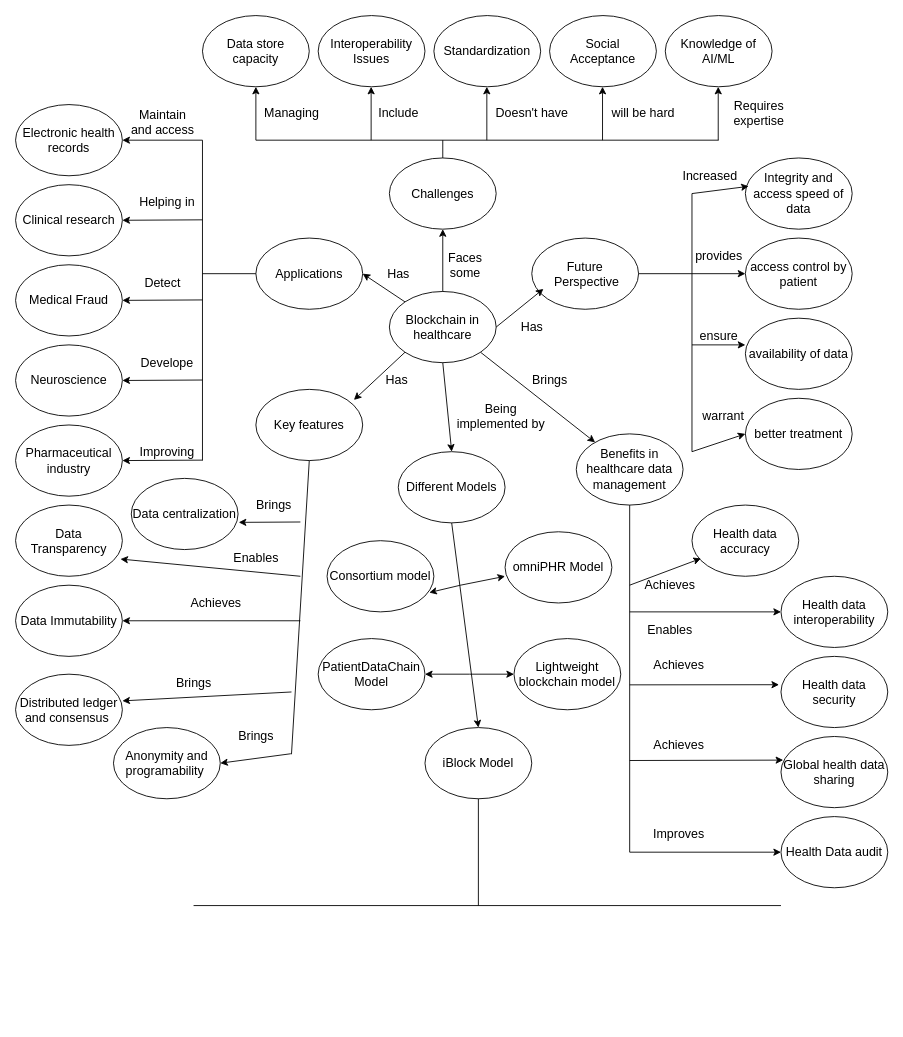
Above: concept map.drawio in AmanAgrawal21900/Colab-Notebooks (draw.io), before the change. Source tidied: cells renumbered, new cells numbered last; positions are measured from the earlier drawing's top-left corner, leaving out a move shared by most shapes. Both pictures are drawn from the tidied source at 89%, with x=0, y=0 at pixel (15, 15).
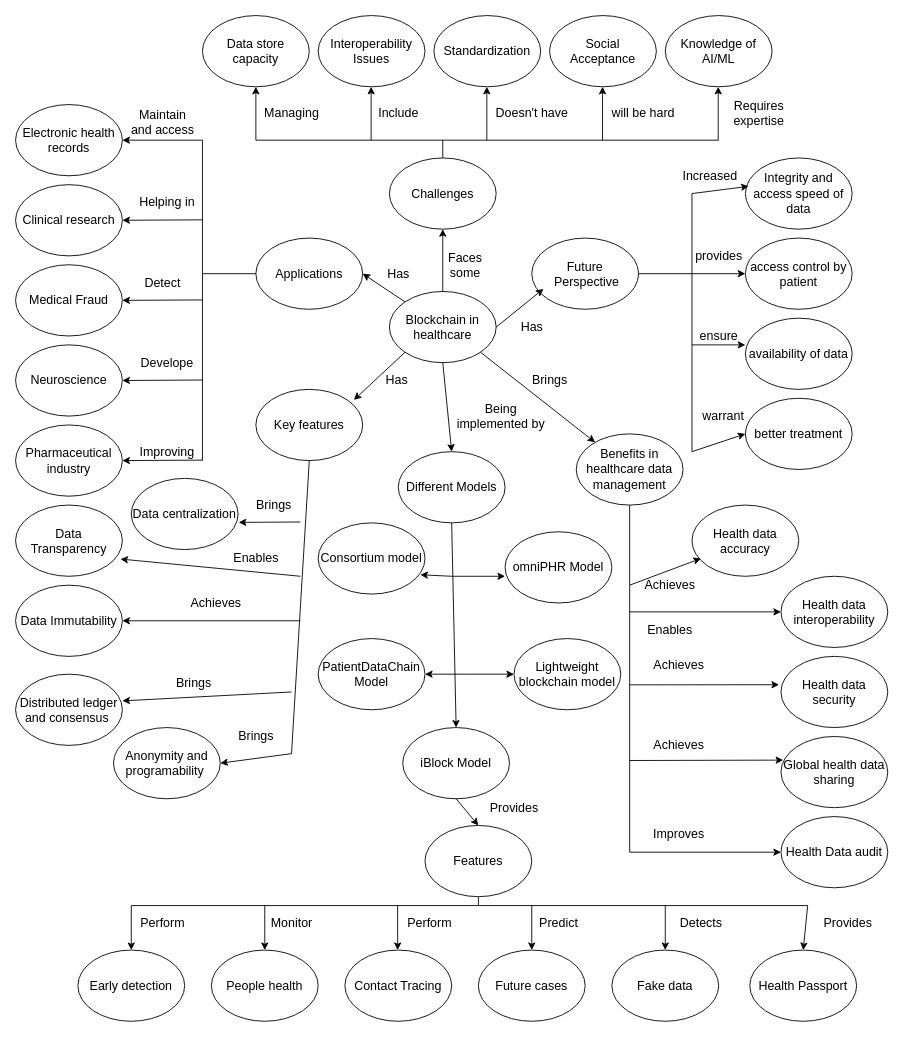
Above is the later version.

Change to the diagram source:
```diff
@@
     <mxCell id="101" value="Consortium model" style="ellipse;whiteSpace=wrap;html=1;fontSize=14;" parent="1" vertex="1">
-      <mxGeometry x="350" y="590" width="120" height="80" as="geometry" />
+      <mxGeometry x="340" y="570" width="120" height="80" as="geometry" />
     </mxCell>
@@
     <mxCell id="105" value="iBlock Model" style="ellipse;whiteSpace=wrap;html=1;fontSize=14;" parent="1" vertex="1">
-      <mxGeometry x="460" y="800" width="120" height="80" as="geometry" />
+      <mxGeometry x="435" y="800" width="120" height="80" as="geometry" />
     </mxCell>
@@
     <mxCell id="107" style="endArrow=classic;html=1;rounded=0;fontSize=14;" parent="1" edge="1">
       <mxGeometry relative="1" as="geometry">
-        <mxPoint x="500" y="640" as="sourcePoint" />
+        <mxPoint x="490" y="630" as="sourcePoint" />
         <mxPoint x="550" y="630" as="targetPoint" />
       </mxGeometry>
     </mxCell>
@@
     <mxCell id="110" style="endArrow=classic;html=1;rounded=0;fontSize=14;entryX=0.957;entryY=0.729;entryDx=0;entryDy=0;entryPerimeter=0;" parent="1" edge="1" target="101">
       <mxGeometry relative="1" as="geometry">
-        <mxPoint x="500" y="640" as="sourcePoint" />
+        <mxPoint x="490" y="630" as="sourcePoint" />
       </mxGeometry>
     </mxCell>
     <mxCell id="111" style="endArrow=none;html=1;rounded=0;fontSize=14;" parent="1" edge="1">
       <mxGeometry relative="1" as="geometry">
-        <mxPoint x="200" y="1000" as="sourcePoint" />
-        <mxPoint x="860" y="1000" as="targetPoint" />
+        <mxPoint x="130" y="1000" as="sourcePoint" />
+        <mxPoint x="890" y="1000" as="targetPoint" />
       </mxGeometry>
     </mxCell>
-    <mxCell id="112" style="endArrow=none;html=1;rounded=0;fontSize=14;entryX=0.5;entryY=1;entryDx=0;entryDy=0;" parent="1" edge="1" target="105">
-      <mxGeometry relative="1" as="geometry">
-        <mxPoint x="520" y="1000" as="sourcePoint" />
-      </mxGeometry>
-    </mxCell>
+    <mxCell id="113" value="&lt;font style=&quot;font-size: 14px&quot;&gt;Early detection&lt;/font&gt;" style="ellipse;whiteSpace=wrap;html=1;" parent="1" vertex="1">
+      <mxGeometry x="70" y="1050" width="120" height="80" as="geometry" />
+    </mxCell>
+    <mxCell id="114" value="People health" style="ellipse;whiteSpace=wrap;html=1;fontSize=14;" parent="1" vertex="1">
+      <mxGeometry x="220" y="1050" width="120" height="80" as="geometry" />
+    </mxCell>
+    <mxCell id="115" value="Contact Tracing" style="ellipse;whiteSpace=wrap;html=1;fontSize=14;" parent="1" vertex="1">
+      <mxGeometry x="370" y="1050" width="120" height="80" as="geometry" />
+    </mxCell>
+    <mxCell id="116" value="Future cases" style="ellipse;whiteSpace=wrap;html=1;fontSize=14;" parent="1" vertex="1">
+      <mxGeometry x="520" y="1050" width="120" height="80" as="geometry" />
+    </mxCell>
+    <mxCell id="117" value="Fake data" style="ellipse;whiteSpace=wrap;html=1;fontSize=14;" parent="1" vertex="1">
+      <mxGeometry x="670" y="1050" width="120" height="80" as="geometry" />
+    </mxCell>
+    <mxCell id="118" value="Health Passport" style="ellipse;whiteSpace=wrap;html=1;fontSize=14;" parent="1" vertex="1">
+      <mxGeometry x="825" y="1050" width="120" height="80" as="geometry" />
+    </mxCell>
+    <mxCell id="119" style="endArrow=classic;html=1;rounded=0;entryX=0.5;entryY=0;entryDx=0;entryDy=0;" parent="1" edge="1" target="113">
+      <mxGeometry relative="1" as="geometry">
+        <mxPoint x="130" y="1000" as="sourcePoint" />
+      </mxGeometry>
+    </mxCell>
+    <mxCell id="120" style="endArrow=classic;html=1;rounded=0;entryX=0.5;entryY=0;entryDx=0;entryDy=0;" parent="1" edge="1">
+      <mxGeometry relative="1" as="geometry">
+        <mxPoint x="280" y="1000" as="sourcePoint" />
+        <mxPoint x="280" y="1050" as="targetPoint" />
+      </mxGeometry>
+    </mxCell>
+    <mxCell id="121" style="endArrow=classic;html=1;rounded=0;entryX=0.5;entryY=0;entryDx=0;entryDy=0;" parent="1" edge="1">
+      <mxGeometry relative="1" as="geometry">
+        <mxPoint x="429.3" y="1000" as="sourcePoint" />
+        <mxPoint x="429.3" y="1050" as="targetPoint" />
+      </mxGeometry>
+    </mxCell>
+    <mxCell id="122" style="endArrow=classic;html=1;rounded=0;entryX=0.5;entryY=0;entryDx=0;entryDy=0;" parent="1" edge="1">
+      <mxGeometry relative="1" as="geometry">
+        <mxPoint x="580" y="1000" as="sourcePoint" />
+        <mxPoint x="580" y="1050" as="targetPoint" />
+      </mxGeometry>
+    </mxCell>
+    <mxCell id="123" style="endArrow=classic;html=1;rounded=0;entryX=0.5;entryY=0;entryDx=0;entryDy=0;" parent="1" edge="1" target="117">
+      <mxGeometry relative="1" as="geometry">
+        <mxPoint x="730" y="1000" as="sourcePoint" />
+      </mxGeometry>
+    </mxCell>
+    <mxCell id="124" style="endArrow=classic;html=1;rounded=0;entryX=0.5;entryY=0;entryDx=0;entryDy=0;" parent="1" edge="1" target="118">
+      <mxGeometry relative="1" as="geometry">
+        <mxPoint x="890" y="1000" as="sourcePoint" />
+      </mxGeometry>
+    </mxCell>
+    <mxCell id="125" value="&lt;font style=&quot;font-size: 14px&quot;&gt;Features&lt;/font&gt;" style="ellipse;whiteSpace=wrap;html=1;" parent="1" vertex="1">
+      <mxGeometry x="460" y="910" width="120" height="80" as="geometry" />
+    </mxCell>
+    <mxCell id="126" style="endArrow=classic;html=1;rounded=0;fontSize=14;exitX=0.5;exitY=1;exitDx=0;exitDy=0;entryX=0.5;entryY=0;entryDx=0;entryDy=0;" parent="1" edge="1" source="105" target="125">
+      <mxGeometry relative="1" as="geometry" />
+    </mxCell>
+    <mxCell id="127" value="Provides" style="text;html=1;align=center;verticalAlign=middle;strokeColor=none;fillColor=none;fontSize=14;" parent="1" vertex="1">
+      <mxGeometry x="525" y="880" width="70" height="20" as="geometry" />
+    </mxCell>
+    <mxCell id="128" style="endArrow=none;html=1;rounded=0;fontSize=14;entryX=0.5;entryY=1;entryDx=0;entryDy=0;" parent="1" edge="1" target="125">
+      <mxGeometry relative="1" as="geometry">
+        <mxPoint x="520" y="1000" as="sourcePoint" />
+      </mxGeometry>
+    </mxCell>
+    <mxCell id="129" value="Perform" style="text;html=1;align=center;verticalAlign=middle;strokeColor=none;fillColor=none;fontSize=14;" parent="1" vertex="1">
+      <mxGeometry x="130" y="1010" width="70" height="20" as="geometry" />
+    </mxCell>
+    <mxCell id="130" value="Monitor" style="text;html=1;align=center;verticalAlign=middle;strokeColor=none;fillColor=none;fontSize=14;" parent="1" vertex="1">
+      <mxGeometry x="280" y="1010" width="60" height="20" as="geometry" />
+    </mxCell>
+    <mxCell id="131" value="Perform" style="text;html=1;align=center;verticalAlign=middle;strokeColor=none;fillColor=none;fontSize=14;" parent="1" vertex="1">
+      <mxGeometry x="430" y="1010" width="70" height="20" as="geometry" />
+    </mxCell>
+    <mxCell id="132" value="Predict" style="text;html=1;align=center;verticalAlign=middle;strokeColor=none;fillColor=none;fontSize=14;" parent="1" vertex="1">
+      <mxGeometry x="580" y="1010" width="60" height="20" as="geometry" />
+    </mxCell>
+    <mxCell id="133" value="Detects" style="text;html=1;align=center;verticalAlign=middle;strokeColor=none;fillColor=none;fontSize=14;" parent="1" vertex="1">
+      <mxGeometry x="740" y="1010" width="60" height="20" as="geometry" />
+    </mxCell>
+    <mxCell id="134" value="Provides" style="text;html=1;align=center;verticalAlign=middle;strokeColor=none;fillColor=none;fontSize=14;" parent="1" vertex="1">
+      <mxGeometry x="900" y="1010" width="70" height="20" as="geometry" />
+    </mxCell>
```
